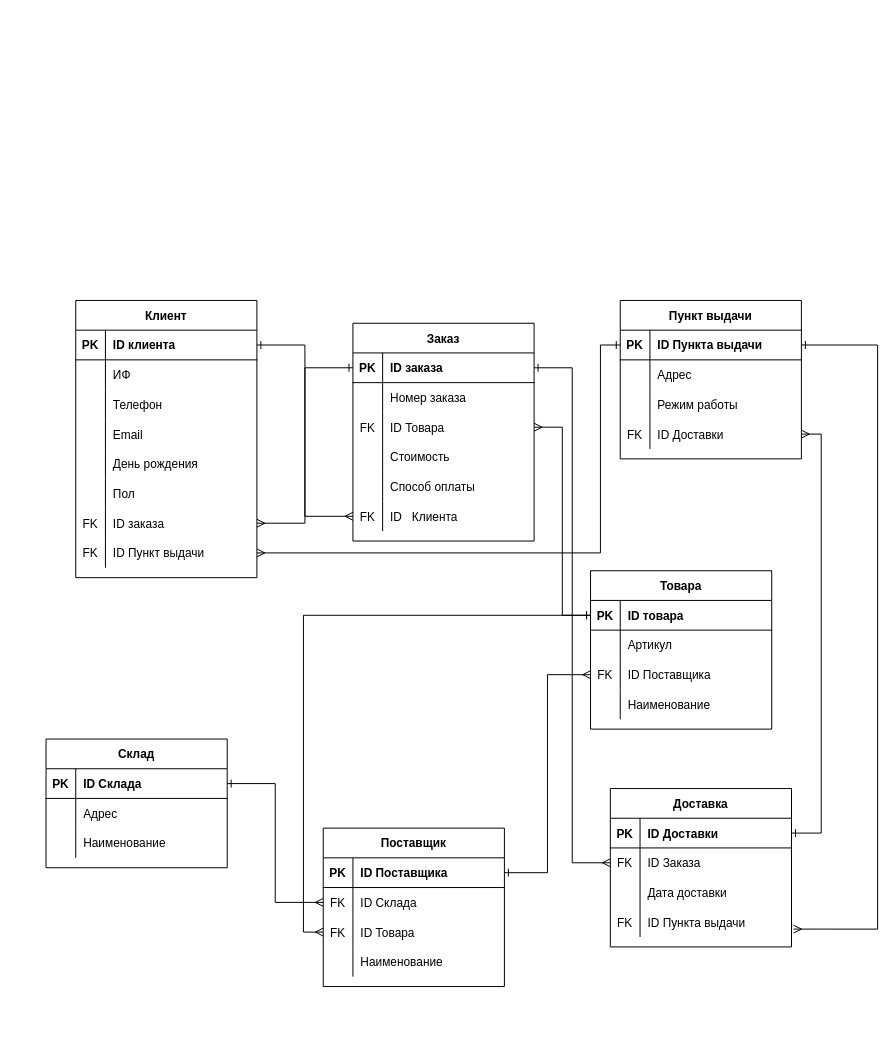
Earlier version of the draw.io diagram page "Страница 2" (2 of 2) of Диаграмма без нания.drawio (Ev0or/dontTouch). Source tidied: cells renumbered, new cells numbered last; positions are measured from the earlier drawing's top-left corner, leaving out a move shared by most shapes. Both pictures are drawn from the tidied source at 99%, with x=0, y=0 at pixel (46, 300).
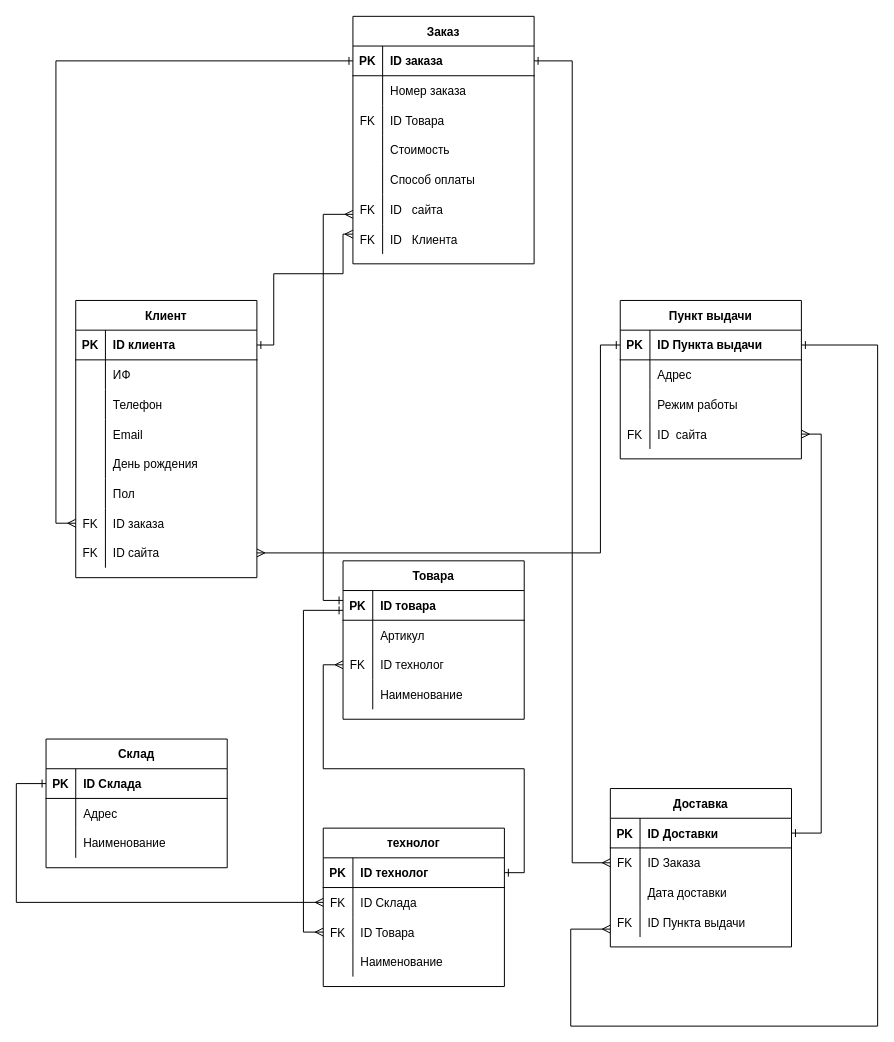
After the change.

The change refers to these unchanged cells:
```xml
<mxCell id="3" style="shape=tableRow;horizontal=0;startSize=0;swimlaneHead=0;swimlaneBody=0;fillColor=none;points=[[0,0.5],[1,0.5]];portConstraint=eastwest;top=0;left=0;right=0;bottom=1;" parent="2" vertex="1">
  <mxGeometry y="30" width="183" height="30" as="geometry" />
</mxCell>
<mxCell id="21" style="shape=tableRow;horizontal=0;startSize=0;swimlaneHead=0;swimlaneBody=0;fillColor=none;points=[[0,0.5],[1,0.5]];portConstraint=eastwest;top=0;left=0;right=0;bottom=0;" parent="2" vertex="1">
  <mxGeometry y="210" width="183" height="30" as="geometry" />
</mxCell>
<mxCell id="24" style="shape=tableRow;horizontal=0;startSize=0;swimlaneHead=0;swimlaneBody=0;fillColor=none;points=[[0,0.5],[1,0.5]];portConstraint=eastwest;top=0;left=0;right=0;bottom=0;" parent="2" vertex="1">
  <mxGeometry y="240" width="183" height="30" as="geometry" />
</mxCell>
<mxCell id="28" style="shape=tableRow;horizontal=0;startSize=0;swimlaneHead=0;swimlaneBody=0;fillColor=none;points=[[0,0.5],[1,0.5]];portConstraint=eastwest;top=0;left=0;right=0;bottom=1;" parent="27" vertex="1">
  <mxGeometry y="30" width="183" height="30" as="geometry" />
</mxCell>
<mxCell id="34" style="shape=tableRow;horizontal=0;startSize=0;swimlaneHead=0;swimlaneBody=0;fillColor=none;points=[[0,0.5],[1,0.5]];portConstraint=eastwest;top=0;left=0;right=0;bottom=0;" parent="27" vertex="1">
  <mxGeometry y="90" width="183" height="30" as="geometry" />
</mxCell>
<mxCell id="47" style="shape=tableRow;horizontal=0;startSize=0;swimlaneHead=0;swimlaneBody=0;fillColor=none;points=[[0,0.5],[1,0.5]];portConstraint=eastwest;top=0;left=0;right=0;bottom=1;" parent="46" vertex="1">
  <mxGeometry y="30" width="183" height="30" as="geometry" />
</mxCell>
<mxCell id="56" style="shape=tableRow;horizontal=0;startSize=0;swimlaneHead=0;swimlaneBody=0;fillColor=none;points=[[0,0.5],[1,0.5]];portConstraint=eastwest;top=0;left=0;right=0;bottom=0;" parent="46" vertex="1">
  <mxGeometry y="120" width="183" height="30" as="geometry" />
</mxCell>
<mxCell id="60" style="shape=tableRow;horizontal=0;startSize=0;swimlaneHead=0;swimlaneBody=0;fillColor=none;points=[[0,0.5],[1,0.5]];portConstraint=eastwest;top=0;left=0;right=0;bottom=1;" parent="59" vertex="1">
  <mxGeometry y="30" width="183" height="30" as="geometry" />
</mxCell>
<mxCell id="79" style="shape=tableRow;horizontal=0;startSize=0;swimlaneHead=0;swimlaneBody=0;fillColor=none;points=[[0,0.5],[1,0.5]];portConstraint=eastwest;top=0;left=0;right=0;bottom=0;" parent="69" vertex="1">
  <mxGeometry y="120" width="183" height="30" as="geometry" />
</mxCell>
<mxCell id="83" style="shape=tableRow;horizontal=0;startSize=0;swimlaneHead=0;swimlaneBody=0;fillColor=none;points=[[0,0.5],[1,0.5]];portConstraint=eastwest;top=0;left=0;right=0;bottom=1;" parent="82" vertex="1">
  <mxGeometry y="30" width="183" height="30" as="geometry" />
</mxCell>
<mxCell id="89" style="shape=tableRow;horizontal=0;startSize=0;swimlaneHead=0;swimlaneBody=0;fillColor=none;points=[[0,0.5],[1,0.5]];portConstraint=eastwest;top=0;left=0;right=0;bottom=0;" parent="82" vertex="1">
  <mxGeometry y="90" width="183" height="30" as="geometry" />
</mxCell>
<mxCell id="96" style="shape=tableRow;horizontal=0;startSize=0;swimlaneHead=0;swimlaneBody=0;fillColor=none;points=[[0,0.5],[1,0.5]];portConstraint=eastwest;top=0;left=0;right=0;bottom=1;" parent="95" vertex="1">
  <mxGeometry y="30" width="183" height="30" as="geometry" />
</mxCell>
<mxCell id="99" style="shape=tableRow;horizontal=0;startSize=0;swimlaneHead=0;swimlaneBody=0;fillColor=none;points=[[0,0.5],[1,0.5]];portConstraint=eastwest;top=0;left=0;right=0;bottom=0;" parent="95" vertex="1">
  <mxGeometry y="60" width="183" height="30" as="geometry" />
</mxCell>
<mxCell id="102" style="shape=tableRow;horizontal=0;startSize=0;swimlaneHead=0;swimlaneBody=0;fillColor=none;points=[[0,0.5],[1,0.5]];portConstraint=eastwest;top=0;left=0;right=0;bottom=0;" parent="95" vertex="1">
  <mxGeometry y="90" width="183" height="30" as="geometry" />
</mxCell>
```

What changed in the source:
```diff
@@
-    <mxCell id="26" value=" ID Пункт выдачи" style="shape=partialRectangle;fillColor=none;top=0;left=0;bottom=0;right=0;align=left;spacingLeft=6;overflow=hidden;" parent="24" vertex="1">
+    <mxCell id="26" value="ID сайта" style="shape=partialRectangle;fillColor=none;top=0;left=0;bottom=0;right=0;align=left;spacingLeft=6;overflow=hidden;" parent="24" vertex="1">
       <mxGeometry x="30" width="153" height="30" as="geometry" />
     </mxCell>
     <mxCell id="27" value="Заказ" style="shape=table;startSize=30;childLayout=tableLayout;rowLines=0;fontStyle=1;align=center;" parent="1" vertex="1">
-      <mxGeometry x="310" y="23" width="183" height="220" as="geometry" />
+      <mxGeometry x="310" y="-287" width="183" height="250" as="geometry" />
     </mxCell>
@@
+    <mxCell id="118" style="shape=tableRow;horizontal=0;startSize=0;swimlaneHead=0;swimlaneBody=0;fillColor=none;top=0;left=0;right=0;bottom=0;" parent="27" vertex="1">
+      <mxGeometry y="180" width="183" height="30" as="geometry" />
+    </mxCell>
+    <mxCell id="119" value=" FK" style="shape=partialRectangle;fillColor=none;top=0;left=0;bottom=0;right=0;overflow=hidden;" parent="118" vertex="1">
+      <mxGeometry width="30" height="30" as="geometry" />
+    </mxCell>
+    <mxCell id="120" value="ID   caйта" style="shape=partialRectangle;fillColor=none;top=0;left=0;bottom=0;right=0;align=left;spacingLeft=6;overflow=hidden;" parent="118" vertex="1">
+      <mxGeometry x="30" width="153" height="30" as="geometry" />
+    </mxCell>
     <mxCell id="43" style="shape=tableRow;horizontal=0;startSize=0;swimlaneHead=0;swimlaneBody=0;fillColor=none;points=[[0,0.5],[1,0.5]];portConstraint=eastwest;top=0;left=0;right=0;bottom=0;" parent="27" vertex="1">
-      <mxGeometry y="180" width="183" height="30" as="geometry" />
+      <mxGeometry y="210" width="183" height="30" as="geometry" />
     </mxCell>
@@
-    <mxCell id="58" value="ID Доставки" style="shape=partialRectangle;fillColor=none;top=0;left=0;bottom=0;right=0;align=left;spacingLeft=6;overflow=hidden;" parent="56" vertex="1">
+    <mxCell id="58" value="ID  сайта " style="shape=partialRectangle;fillColor=none;top=0;left=0;bottom=0;right=0;align=left;spacingLeft=6;overflow=hidden;" parent="56" vertex="1">
       <mxGeometry x="30" width="153" height="30" as="geometry" />
     </mxCell>
@@
     <mxCell id="82" value="Товара" style="shape=table;startSize=30;childLayout=tableLayout;rowLines=0;fontStyle=1;align=center;" parent="1" vertex="1">
-      <mxGeometry x="550" y="273" width="183" height="160" as="geometry" />
+      <mxGeometry x="300" y="263" width="183" height="160" as="geometry" />
     </mxCell>
@@
-    <mxCell id="91" value=" ID Поставщика" style="shape=partialRectangle;fillColor=none;top=0;left=0;bottom=0;right=0;align=left;spacingLeft=6;overflow=hidden;" parent="89" vertex="1">
+    <mxCell id="91" value=" ID технолог" style="shape=partialRectangle;fillColor=none;top=0;left=0;bottom=0;right=0;align=left;spacingLeft=6;overflow=hidden;" parent="89" vertex="1">
       <mxGeometry x="30" width="153" height="30" as="geometry" />
     </mxCell>
@@
-    <mxCell id="95" value="Поставщик" style="shape=table;startSize=30;childLayout=tableLayout;rowLines=0;fontStyle=1;align=center;" parent="1" vertex="1">
+    <mxCell id="95" value="технолог" style="shape=table;startSize=30;childLayout=tableLayout;rowLines=0;fontStyle=1;align=center;" parent="1" vertex="1">
       <mxGeometry x="280" y="533" width="183" height="160" as="geometry" />
     </mxCell>
@@
-    <mxCell id="98" value="ID Поставщика" style="shape=partialRectangle;fillColor=none;top=0;left=0;bottom=0;right=0;align=left;spacingLeft=6;fontStyle=1;overflow=hidden;" parent="96" vertex="1">
+    <mxCell id="98" value="ID технолог" style="shape=partialRectangle;fillColor=none;top=0;left=0;bottom=0;right=0;align=left;spacingLeft=6;fontStyle=1;overflow=hidden;" parent="96" vertex="1">
       <mxGeometry x="30" width="153" height="30" as="geometry" />
     </mxCell>
@@
-    <mxCell id="108" style="edgeStyle=orthogonalEdgeStyle;rounded=0;jettySize=auto;html=1;exitX=0;exitY=0.5;exitDx=0;exitDy=0;entryX=1;entryY=0.5;entryDx=0;entryDy=0;endArrow=ERmany;endFill=0;startArrow=ERone;startFill=0;" parent="1" edge="1" source="83" target="34">
-      <mxGeometry relative="1" as="geometry" />
+    <mxCell id="108" style="edgeStyle=orthogonalEdgeStyle;rounded=0;orthogonalLoop=1;jettySize=auto;html=1;endArrow=ERmany;endFill=0;startArrow=ERone;startFill=0;" parent="1" edge="1">
+      <mxGeometry relative="1" as="geometry">
+        <mxPoint x="300" y="303" as="sourcePoint" />
+        <mxPoint x="310" y="-87" as="targetPoint" />
+        <Array as="points">
+          <mxPoint x="300" y="303" />
+          <mxPoint x="280" y="303" />
+          <mxPoint x="280" y="-87" />
+        </Array>
+      </mxGeometry>
     </mxCell>
-    <mxCell id="109" style="edgeStyle=orthogonalEdgeStyle;rounded=0;jettySize=auto;html=1;entryX=0;entryY=0.5;entryDx=0;entryDy=0;startArrow=ERone;startFill=0;endArrow=ERmany;endFill=0;" parent="1" edge="1" source="83" target="102">
-      <mxGeometry relative="1" as="geometry" />
+    <mxCell id="109" style="edgeStyle=orthogonalEdgeStyle;rounded=0;jettySize=auto;html=1;entryX=0;entryY=0.5;entryDx=0;entryDy=0;startArrow=ERone;startFill=0;endArrow=ERmany;endFill=0;exitX=0;exitY=0.667;exitDx=0;exitDy=0;exitPerimeter=0;" parent="1" edge="1" source="83" target="102">
+      <mxGeometry relative="1" as="geometry">
+        <Array as="points">
+          <mxPoint x="260" y="313" />
+          <mxPoint x="260" y="638" />
+        </Array>
+      </mxGeometry>
     </mxCell>
@@
     <mxCell id="111" style="edgeStyle=orthogonalEdgeStyle;rounded=0;jettySize=auto;html=1;entryX=0;entryY=0.5;entryDx=0;entryDy=0;startArrow=ERone;startFill=0;endArrow=ERmany;endFill=0;" parent="1" edge="1" source="60" target="99">
-      <mxGeometry relative="1" as="geometry" />
+      <mxGeometry relative="1" as="geometry">
+        <Array as="points">
+          <mxPoint x="-30" y="488" />
+          <mxPoint x="-30" y="608" />
+        </Array>
+      </mxGeometry>
     </mxCell>
@@
-    <mxCell id="114" style="edgeStyle=orthogonalEdgeStyle;rounded=0;jettySize=auto;html=1;entryX=1;entryY=0.5;entryDx=0;entryDy=0;startArrow=ERone;startFill=0;endArrow=ERmany;endFill=0;" parent="1" edge="1" source="28" target="21">
-      <mxGeometry relative="1" as="geometry" />
+    <mxCell id="114" style="edgeStyle=orthogonalEdgeStyle;rounded=0;jettySize=auto;html=1;startArrow=ERone;startFill=0;endArrow=ERmany;endFill=0;entryX=0;entryY=0.5;entryDx=0;entryDy=0;" parent="1" edge="1" source="28" target="21">
+      <mxGeometry relative="1" as="geometry">
+        <Array as="points">
+          <mxPoint x="10" y="-242" />
+          <mxPoint x="10" y="225" />
+        </Array>
+      </mxGeometry>
     </mxCell>
@@
-    <mxCell id="116" style="edgeStyle=orthogonalEdgeStyle;rounded=0;jettySize=auto;html=1;entryX=0;entryY=0.5;entryDx=0;entryDy=0;startArrow=ERone;startFill=0;endArrow=ERmany;endFill=0;" parent="1" edge="1" source="3" target="43">
-      <mxGeometry relative="1" as="geometry" />
+    <mxCell id="116" style="edgeStyle=orthogonalEdgeStyle;rounded=0;jettySize=auto;html=1;startArrow=ERone;startFill=0;endArrow=ERmany;endFill=0;" parent="1" edge="1" source="3">
+      <mxGeometry relative="1" as="geometry">
+        <mxPoint x="310" y="-67" as="targetPoint" />
+        <Array as="points">
+          <mxPoint x="230" y="45" />
+          <mxPoint x="230" y="-27" />
+          <mxPoint x="300" y="-27" />
+          <mxPoint x="300" y="-67" />
+        </Array>
+      </mxGeometry>
     </mxCell>
-    <mxCell id="117" style="edgeStyle=orthogonalEdgeStyle;rounded=0;jettySize=auto;html=1;entryX=1.011;entryY=0.733;entryDx=0;entryDy=0;entryPerimeter=0;startArrow=ERone;startFill=0;endArrow=ERmany;endFill=0;" parent="1" edge="1" source="47" target="79">
+    <mxCell id="117" style="edgeStyle=orthogonalEdgeStyle;rounded=0;jettySize=auto;html=1;startArrow=ERone;startFill=0;endArrow=ERmany;endFill=0;" parent="1" edge="1" source="47">
       <mxGeometry relative="1" as="geometry">
+        <mxPoint x="570" y="635" as="targetPoint" />
         <Array as="points">
           <mxPoint x="840" y="45" />
-          <mxPoint x="840" y="635" />
+          <mxPoint x="840" y="733" />
+          <mxPoint x="530" y="733" />
+          <mxPoint x="530" y="635" />
         </Array>
       </mxGeometry>
     </mxCell>
```
